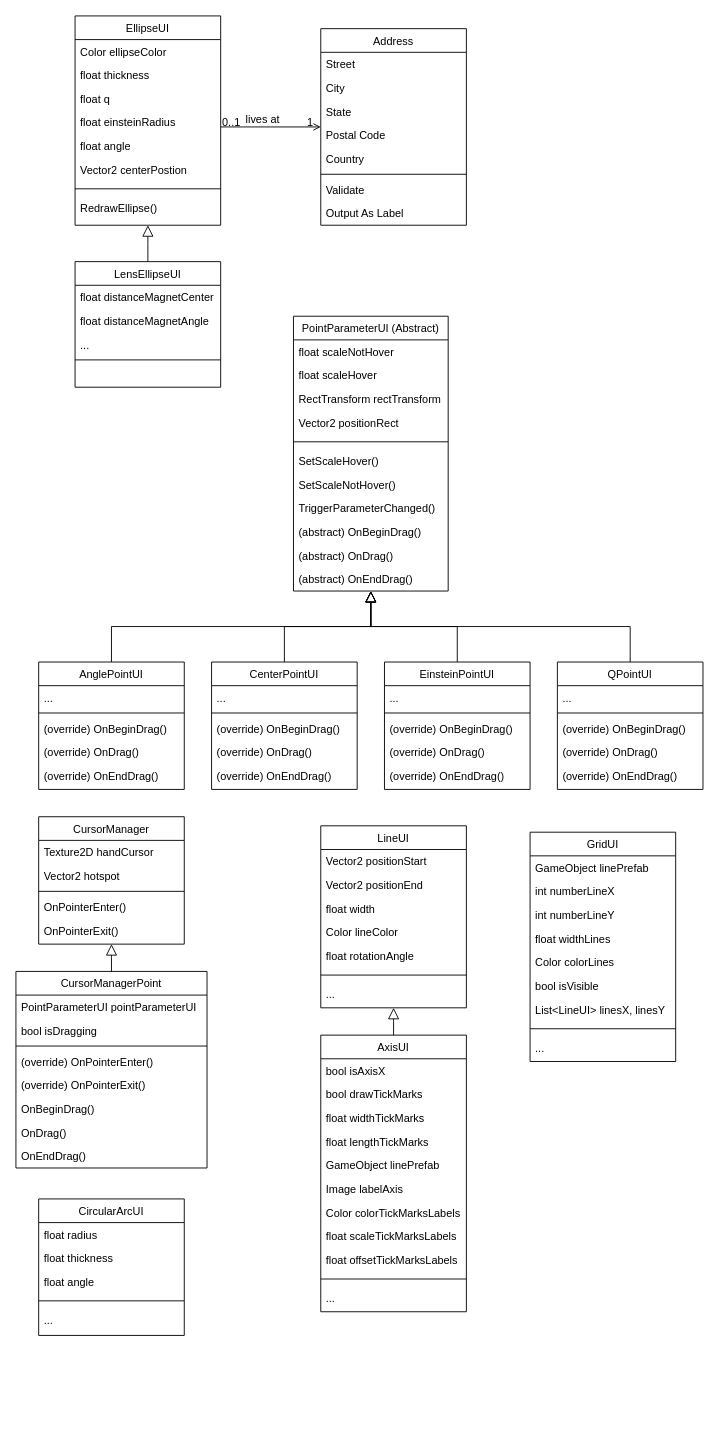
shoutizix/DiagramIGLOO keeps this draw.io diagram as IGLOO_Diagram.drawio. Above is the earlier version. Source tidied: cells renumbered, new cells numbered last; positions are measured from the earlier drawing's top-left corner, leaving out a move shared by most shapes. Both pictures are drawn from the tidied source at 91%, with x=0, y=0 at pixel (15, 15).
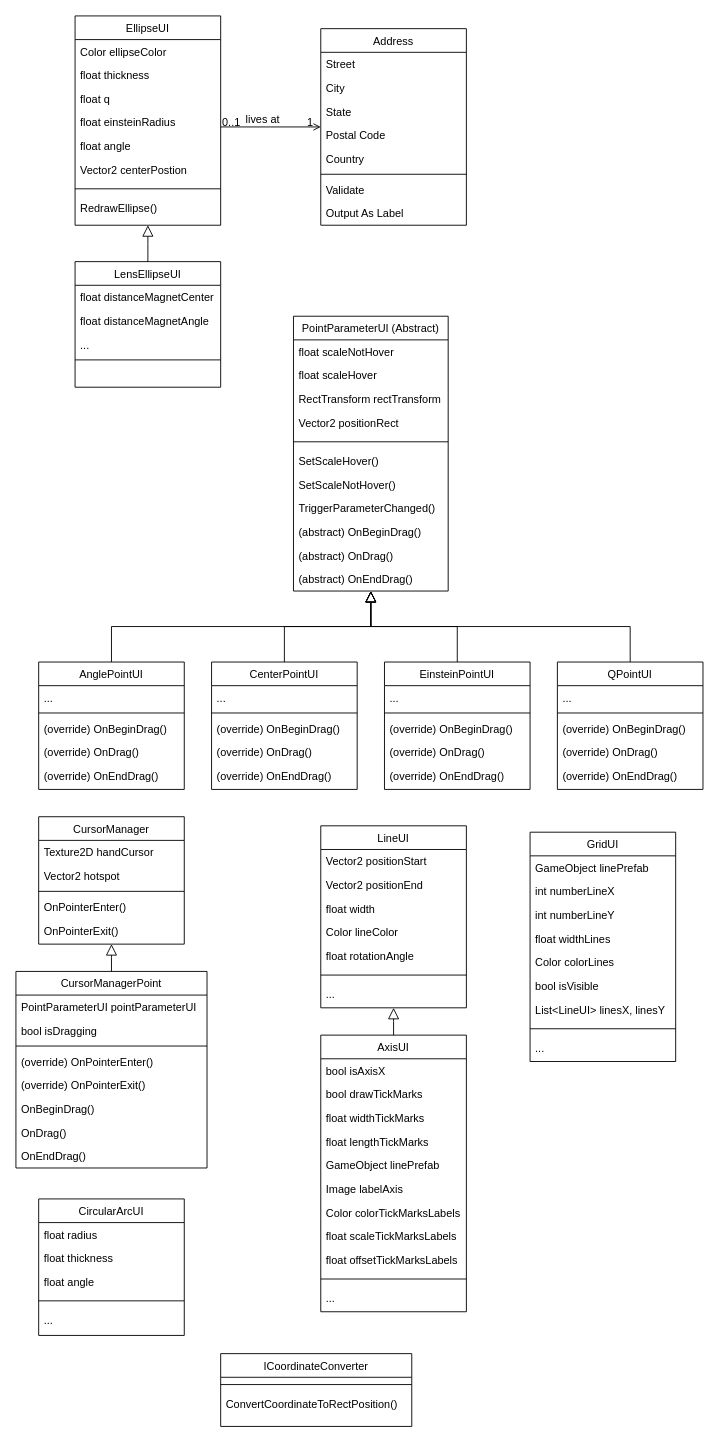
The same diagram, later.

Change to the diagram source:
```diff
@@
+    <mxCell id="123" value="ICoordinateConverter" style="swimlane;fontStyle=0;align=center;verticalAlign=top;horizontal=1;startSize=26;rounded=0;shadow=0;strokeWidth=1;" parent="1" vertex="1">
+      <mxGeometry x="225" y="1470" width="210" height="80" as="geometry" />
+    </mxCell>
+    <mxCell id="124" style="line;html=1;strokeWidth=1;align=left;verticalAlign=middle;spacingTop=-1;spacingLeft=3;spacingRight=3;labelPosition=right;" parent="123" vertex="1">
+      <mxGeometry y="26" width="210" height="16" as="geometry" />
+    </mxCell>
+    <mxCell id="125" value="ConvertCoordinateToRectPosition()" style="text;align=left;verticalAlign=top;spacingLeft=4;spacingRight=4;overflow=hidden;" parent="123" vertex="1">
+      <mxGeometry y="42" width="210" height="28" as="geometry" />
+    </mxCell>
```
